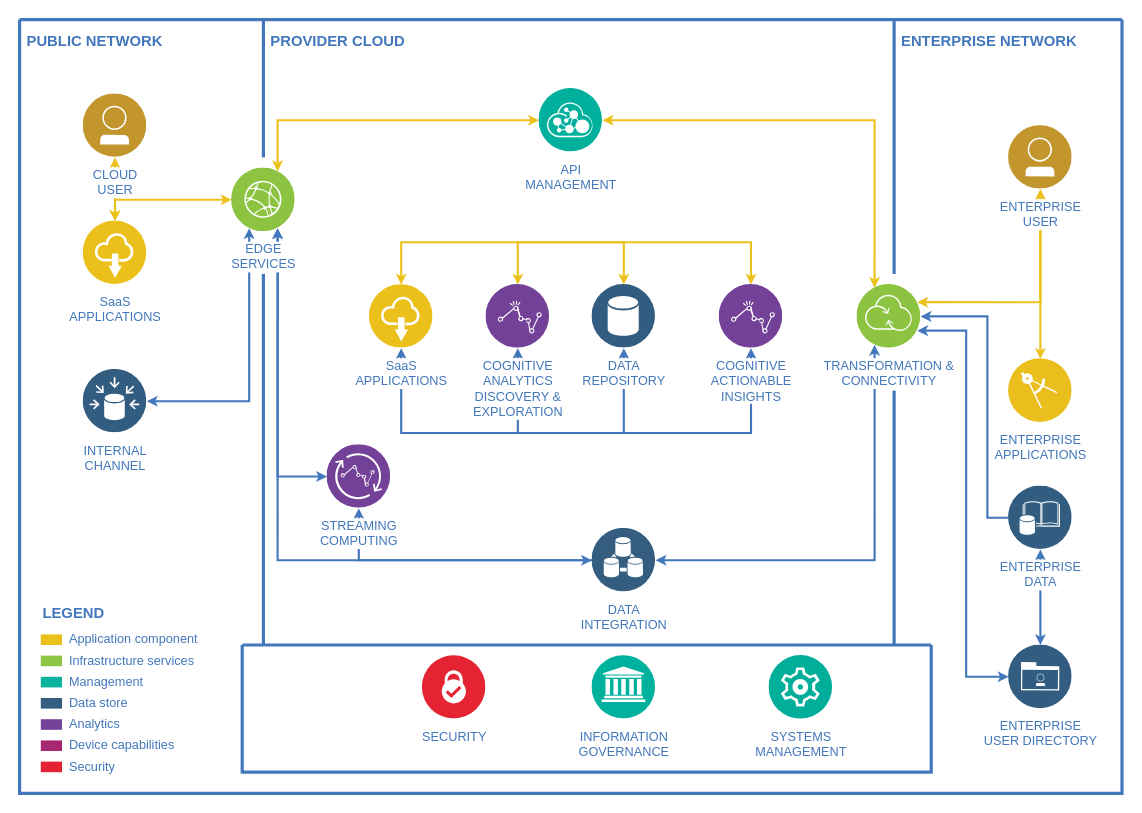
The draw.io diagram Untitled Diagram.drawio in andysohoinam/My-Projects, before the edit. Source tidied: cells renumbered, new cells numbered last; positions are measured from the earlier drawing's top-left corner, leaving out a move shared by most shapes. Both pictures are drawn from the tidied source at 106%, with x=0, y=0 at pixel (19, 19).
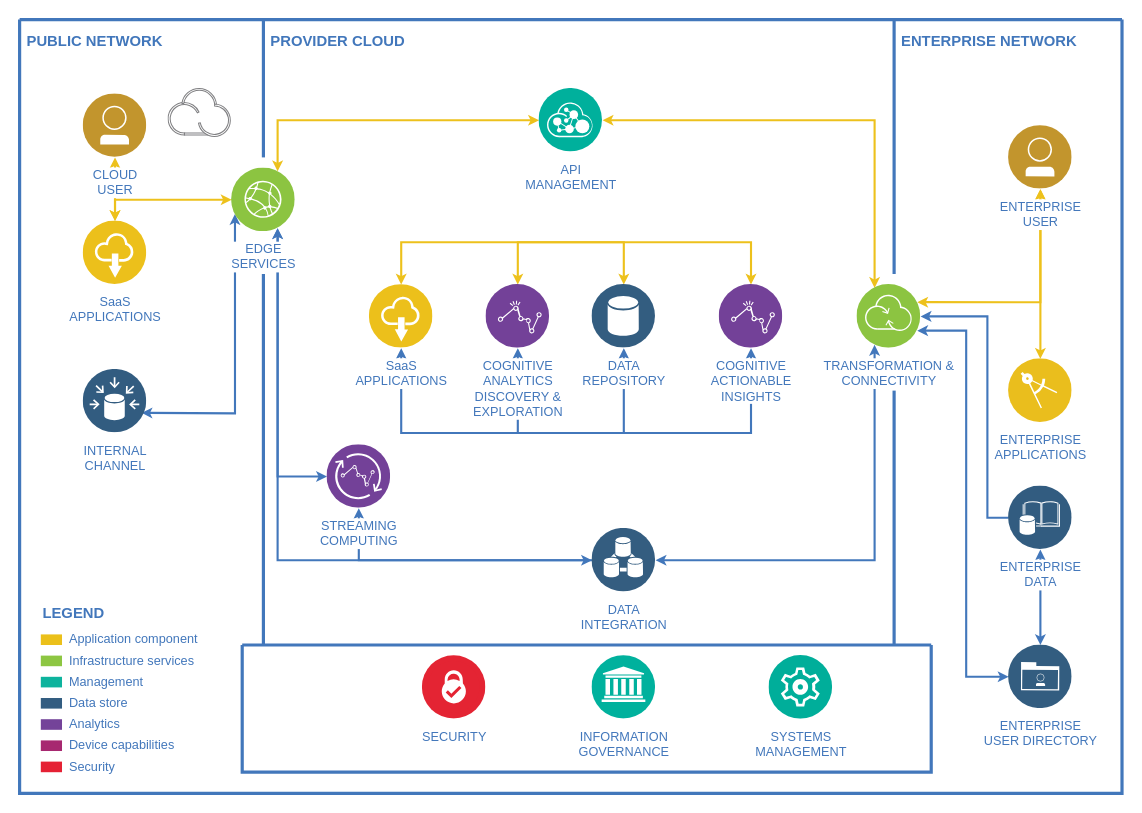
The same diagram, later.

Unchanged cells that the change refers to:
```xml
<mxCell id="2" style="swimlane;shadow=0;strokeColor=#4277BB;fillColor=#ffffff;fontColor=none;align=right;startSize=0;noLabel=1;strokeWidth=3;" parent="1" vertex="1">
  <mxGeometry width="1040" height="730" as="geometry" />
</mxCell>
<mxCell id="23" value="INTERNAL&lt;div&gt;CHANNEL&lt;/div&gt;" style="perimeter=ellipsePerimeter;html=1;align=center;shadow=0;dashed=0;image;image=img/lib/ibm/data/data_sources.svg;strokeColor=#FF0000;fillColor=#FFFF66;gradientColor=none;fontColor=#4277BB;labelBackgroundColor=#ffffff;spacingTop=3;" parent="2" vertex="1">
  <mxGeometry x="60" y="330" width="60" height="60" as="geometry" />
</mxCell>
<mxCell id="24" value="EDGE&lt;div&gt;SERVICES&lt;/div&gt;" style="perimeter=ellipsePerimeter;html=1;align=center;shadow=0;dashed=0;image;image=img/lib/ibm/infrastructure/edge_services.svg;strokeColor=#FF0000;fillColor=#FFFF66;gradientColor=none;fontColor=#4277BB;labelBackgroundColor=#ffffff;spacingTop=3;" parent="2" vertex="1">
  <mxGeometry x="200" y="140" width="60" height="60" as="geometry" />
</mxCell>
```

What changed in the source:
```diff
@@
-    <mxCell id="5" style="edgeStyle=orthogonalEdgeStyle;rounded=0;html=1;entryX=0.25;entryY=1;labelBackgroundColor=#ffffff;jettySize=auto;strokeColor=#4277BB;fontColor=#000000;strokeWidth=2;endSize=4;startSize=4;startArrow=classic;startFill=1;" parent="2" edge="1" source="23" target="24">
-      <mxGeometry relative="1" as="geometry" />
+    <mxCell id="5" style="edgeStyle=orthogonalEdgeStyle;rounded=0;html=1;entryX=0;entryY=0.75;labelBackgroundColor=#ffffff;jettySize=auto;strokeColor=#4277BB;fontColor=#000000;strokeWidth=2;endSize=4;startSize=4;startArrow=classic;startFill=1;entryDx=0;entryDy=0;" parent="2" edge="1" target="24">
+      <mxGeometry relative="1" as="geometry">
+        <mxPoint x="115" y="371" as="sourcePoint" />
+      </mxGeometry>
     </mxCell>
@@
+    <mxCell id="56" style="perimeter=ellipsePerimeter;html=1;align=center;shadow=0;dashed=0;fontColor=#4277BB;labelBackgroundColor=#ffffff;fontSize=12;spacingTop=3;image;image=img/lib/ibm/miscellaneous/ibm_public_cloud.svg;" parent="2" vertex="1">
+      <mxGeometry x="140" y="65" width="60" height="46.2" as="geometry" />
+    </mxCell>
```
